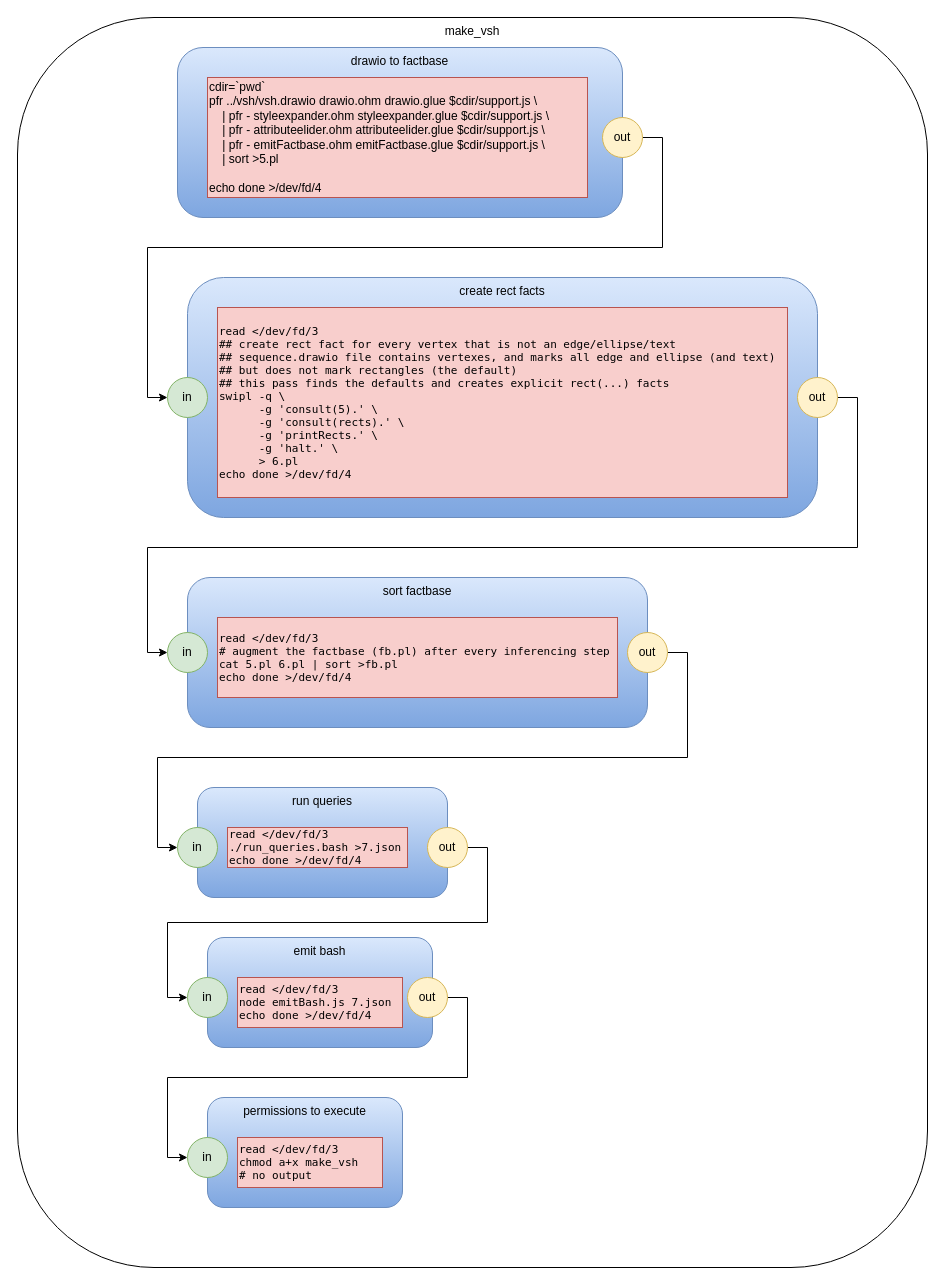
Above: vsh.drawio in guitarvydas/vsh (draw.io), before the change. Source tidied: cells renumbered, new cells numbered last; positions are measured from the earlier drawing's top-left corner, leaving out a move shared by most shapes. Both pictures are drawn from the tidied source at 100%, with x=0, y=0 at pixel (17, 17).
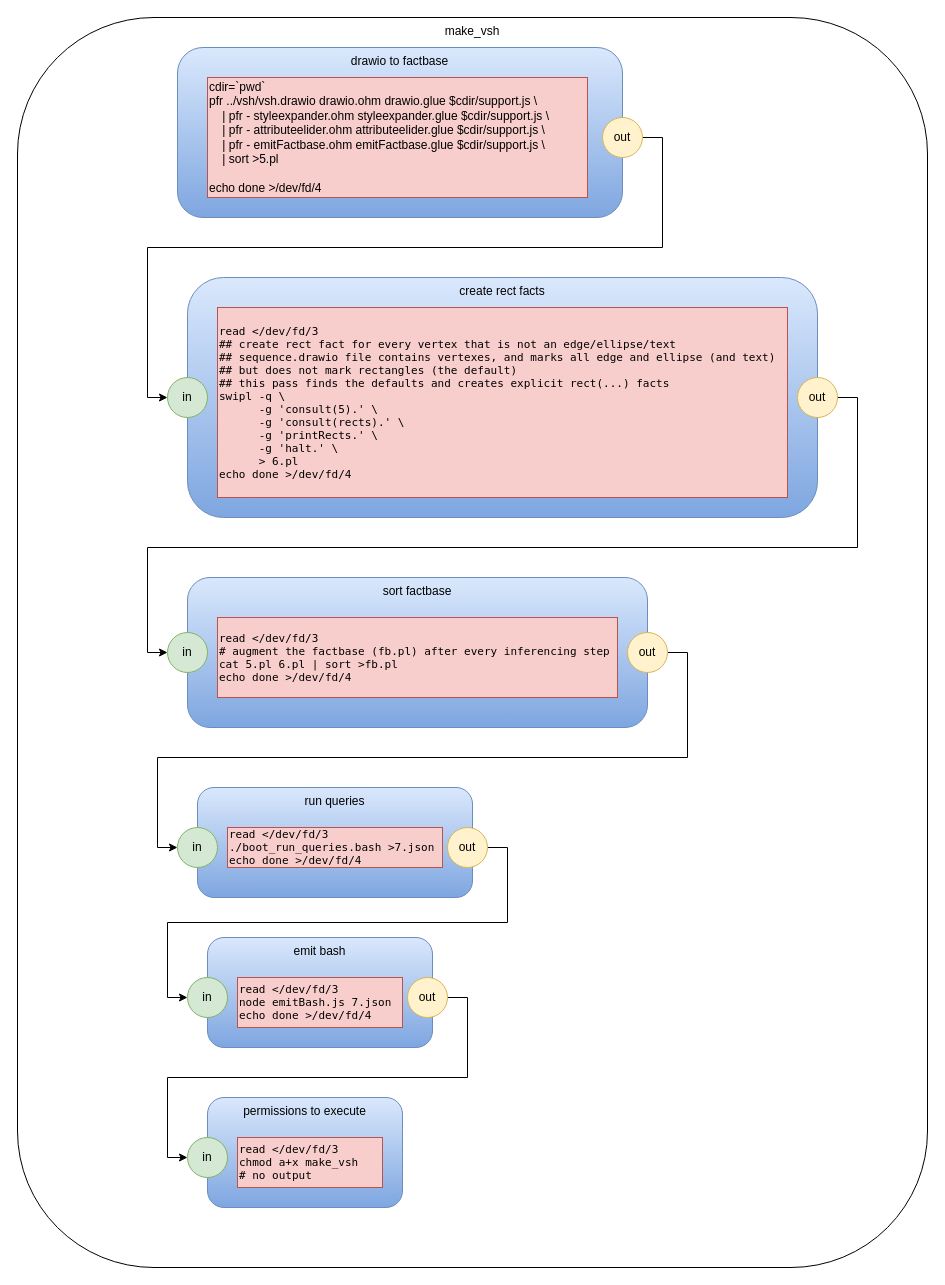
The same page after the edit.

The edit, as a diff of the source:
```diff
@@
     <mxCell id="17" value="run queries" style="rounded=1;whiteSpace=wrap;html=1;gradientColor=#7ea6e0;fillColor=#dae8fc;strokeColor=#6c8ebf;verticalAlign=top;" parent="1" vertex="1">
-      <mxGeometry x="180" y="770" width="250" height="110" as="geometry" />
+      <mxGeometry x="180" y="770" width="275" height="110" as="geometry" />
     </mxCell>
@@
     <mxCell id="19" value="out" style="ellipse;whiteSpace=wrap;html=1;fillColor=#fff2cc;strokeColor=#d6b656;" parent="1" vertex="1">
-      <mxGeometry x="410" y="810" width="40" height="40" as="geometry" />
+      <mxGeometry x="430" y="810" width="40" height="40" as="geometry" />
     </mxCell>
@@
-    <mxCell id="21" value="&lt;p class=&quot;p1&quot; style=&quot;margin: 0px ; font-stretch: normal ; font-size: 11px ; line-height: normal ; font-family: &amp;#34;menlo&amp;#34;&quot;&gt;&lt;span class=&quot;s1&quot;&gt;read &amp;lt;/dev/fd/3&lt;/span&gt;&lt;/p&gt;&lt;p class=&quot;p1&quot; style=&quot;margin: 0px ; font-stretch: normal ; font-size: 11px ; line-height: normal ; font-family: &amp;#34;menlo&amp;#34;&quot;&gt;&lt;span class=&quot;s1&quot;&gt;./run_queries.bash &amp;gt;7.json&lt;/span&gt;&lt;/p&gt;&lt;p class=&quot;p1&quot; style=&quot;margin: 0px ; font-stretch: normal ; font-size: 11px ; line-height: normal ; font-family: &amp;#34;menlo&amp;#34;&quot;&gt;&lt;span class=&quot;s1&quot;&gt;echo done &amp;gt;/dev/fd/4&lt;br&gt;&lt;/span&gt;&lt;/p&gt;" style="rounded=0;whiteSpace=wrap;html=1;fillColor=#f8cecc;strokeColor=#b85450;align=left;" parent="1" vertex="1">
-      <mxGeometry x="210" y="810" width="180" height="40" as="geometry" />
+    <mxCell id="21" value="&lt;p class=&quot;p1&quot; style=&quot;margin: 0px ; font-stretch: normal ; font-size: 11px ; line-height: normal ; font-family: &amp;#34;menlo&amp;#34;&quot;&gt;&lt;span class=&quot;s1&quot;&gt;read &amp;lt;/dev/fd/3&lt;/span&gt;&lt;/p&gt;&lt;p class=&quot;p1&quot; style=&quot;margin: 0px ; font-stretch: normal ; font-size: 11px ; line-height: normal ; font-family: &amp;#34;menlo&amp;#34;&quot;&gt;&lt;span class=&quot;s1&quot;&gt;./boot_run_queries.bash &amp;gt;7.json&lt;/span&gt;&lt;/p&gt;&lt;p class=&quot;p1&quot; style=&quot;margin: 0px ; font-stretch: normal ; font-size: 11px ; line-height: normal ; font-family: &amp;#34;menlo&amp;#34;&quot;&gt;&lt;span class=&quot;s1&quot;&gt;echo done &amp;gt;/dev/fd/4&lt;br&gt;&lt;/span&gt;&lt;/p&gt;" style="rounded=0;whiteSpace=wrap;html=1;fillColor=#f8cecc;strokeColor=#b85450;align=left;" parent="1" vertex="1">
+      <mxGeometry x="210" y="810" width="215" height="40" as="geometry" />
     </mxCell>
```
